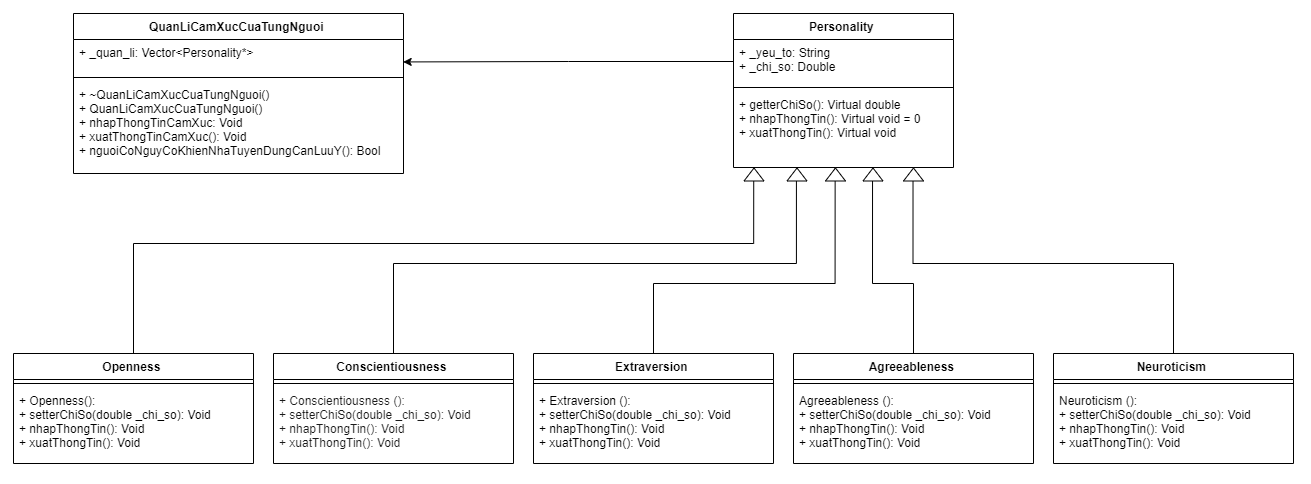
hdh2k2/OOP keeps this draw.io diagram as EXAM/18-19/diagram class.png. Above is the earlier version. Source tidied: cells renumbered, new cells last; positions are measured from the earlier drawing's top-left corner, leaving out a move shared by most shapes.
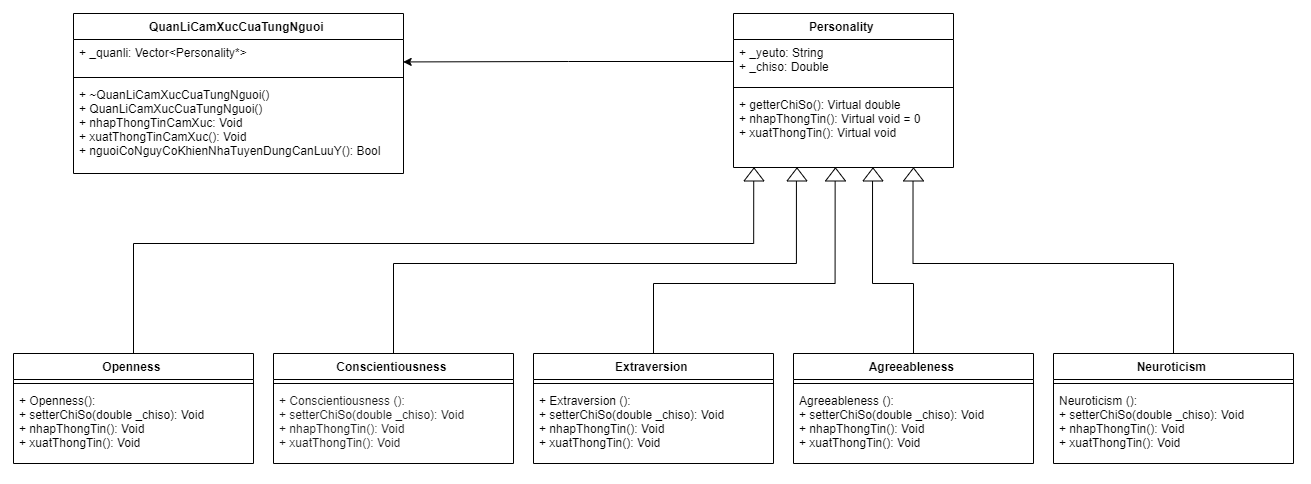
Above is the later version.

Change to the diagram source:
```diff
@@ -5,7 +5,7 @@
     <mxCell id="2" value="Personality " style="swimlane;fontStyle=1;align=center;verticalAlign=top;horizontal=1;startSize=26;" parent="1" vertex="1">
       <mxGeometry x="720" width="220" height="154" as="geometry" />
     </mxCell>
-    <mxCell id="3" value="+ _yeu_to: String&#10;+ _chi_so: Double" style="text;strokeColor=none;fillColor=none;align=left;verticalAlign=top;spacingLeft=4;spacingRight=4;overflow=hidden;points=[[0,0.5],[1,0.5]];portConstraint=eastwest;" parent="2" vertex="1">
+    <mxCell id="3" value="+ _yeuto: String&#10;+ _chiso: Double" style="text;strokeColor=none;fillColor=none;align=left;verticalAlign=top;spacingLeft=4;spacingRight=4;overflow=hidden;points=[[0,0.5],[1,0.5]];portConstraint=eastwest;" parent="2" vertex="1">
       <mxGeometry y="26" width="220" height="44" as="geometry" />
     </mxCell>
     <mxCell id="4" style="line;strokeWidth=1;fillColor=none;align=left;verticalAlign=middle;spacingTop=-1;spacingLeft=3;spacingRight=3;labelPosition=right;" parent="2" vertex="1">
@@ -28,13 +28,13 @@
     <mxCell id="8" style="line;strokeWidth=1;fillColor=none;align=left;verticalAlign=middle;spacingTop=-1;spacingLeft=3;spacingRight=3;labelPosition=right;" parent="7" vertex="1">
       <mxGeometry y="26" width="240" height="8" as="geometry" />
     </mxCell>
-    <mxCell id="9" value="+ Openness():&#10;+ setterChiSo(double _chi_so): Void&#10;+ nhapThongTin(): Void&#10;+ xuatThongTin(): Void&#10;" style="text;strokeColor=none;fillColor=none;align=left;verticalAlign=top;spacingLeft=4;spacingRight=4;overflow=hidden;" parent="7" vertex="1">
+    <mxCell id="9" value="+ Openness():&#10;+ setterChiSo(double _chiso): Void&#10;+ nhapThongTin(): Void&#10;+ xuatThongTin(): Void&#10;" style="text;strokeColor=none;fillColor=none;align=left;verticalAlign=top;spacingLeft=4;spacingRight=4;overflow=hidden;" parent="7" vertex="1">
       <mxGeometry y="34" width="240" height="76" as="geometry" />
     </mxCell>
     <mxCell id="10" value="QuanLiCamXucCuaTungNguoi " style="swimlane;fontStyle=1;align=center;verticalAlign=top;horizontal=1;startSize=26;" parent="1" vertex="1">
       <mxGeometry x="60" width="330" height="160" as="geometry" />
     </mxCell>
-    <mxCell id="11" value="+ _quan_li: Vector&lt;Personality*&gt;" style="text;strokeColor=none;fillColor=none;align=left;verticalAlign=top;spacingLeft=4;spacingRight=4;overflow=hidden;points=[[0,0.5],[1,0.5]];portConstraint=eastwest;" parent="10" vertex="1">
+    <mxCell id="11" value="+ _quanli: Vector&lt;Personality*&gt;" style="text;strokeColor=none;fillColor=none;align=left;verticalAlign=top;spacingLeft=4;spacingRight=4;overflow=hidden;points=[[0,0.5],[1,0.5]];portConstraint=eastwest;" parent="10" vertex="1">
       <mxGeometry y="26" width="330" height="34" as="geometry" />
     </mxCell>
     <mxCell id="12" style="line;strokeWidth=1;fillColor=none;align=left;verticalAlign=middle;spacingTop=-1;spacingLeft=3;spacingRight=3;labelPosition=right;" parent="10" vertex="1">
@@ -57,7 +57,7 @@
     <mxCell id="16" style="line;strokeWidth=1;fillColor=none;align=left;verticalAlign=middle;spacingTop=-1;spacingLeft=3;spacingRight=3;labelPosition=right;" parent="15" vertex="1">
       <mxGeometry y="26" width="240" height="8" as="geometry" />
     </mxCell>
-    <mxCell id="17" value="+ Extraversion ():&#10;+ setterChiSo(double _chi_so): Void&#10;+ nhapThongTin(): Void&#10;+ xuatThongTin(): Void&#10;" style="text;strokeColor=none;fillColor=none;align=left;verticalAlign=top;spacingLeft=4;spacingRight=4;overflow=hidden;" parent="15" vertex="1">
+    <mxCell id="17" value="+ Extraversion ():&#10;+ setterChiSo(double _chiso): Void&#10;+ nhapThongTin(): Void&#10;+ xuatThongTin(): Void&#10;" style="text;strokeColor=none;fillColor=none;align=left;verticalAlign=top;spacingLeft=4;spacingRight=4;overflow=hidden;" parent="15" vertex="1">
       <mxGeometry y="34" width="240" height="76" as="geometry" />
     </mxCell>
     <mxCell id="18" style="edgeStyle=orthogonalEdgeStyle;rounded=0;jettySize=auto;html=1;exitX=0.5;exitY=0;exitDx=0;exitDy=0;entryX=0.286;entryY=1.035;entryDx=0;entryDy=0;entryPerimeter=0;fontSize=11;" parent="1" edge="1" source="19" target="5">
@@ -74,7 +74,7 @@
     <mxCell id="20" style="line;strokeWidth=1;fillColor=none;align=left;verticalAlign=middle;spacingTop=-1;spacingLeft=3;spacingRight=3;labelPosition=right;" parent="19" vertex="1">
       <mxGeometry y="26" width="240" height="8" as="geometry" />
     </mxCell>
-    <mxCell id="21" value="+ Conscientiousness ():&#10;+ setterChiSo(double _chi_so): Void&#10;+ nhapThongTin(): Void&#10;+ xuatThongTin(): Void&#10;" style="text;strokeColor=none;fillColor=none;align=left;verticalAlign=top;spacingLeft=4;spacingRight=4;overflow=hidden;textOpacity=90;" parent="19" vertex="1">
+    <mxCell id="21" value="+ Conscientiousness ():&#10;+ setterChiSo(double _chiso): Void&#10;+ nhapThongTin(): Void&#10;+ xuatThongTin(): Void&#10;" style="text;strokeColor=none;fillColor=none;align=left;verticalAlign=top;spacingLeft=4;spacingRight=4;overflow=hidden;textOpacity=90;" parent="19" vertex="1">
       <mxGeometry y="34" width="240" height="76" as="geometry" />
     </mxCell>
     <mxCell id="22" style="edgeStyle=orthogonalEdgeStyle;rounded=0;jettySize=auto;html=1;entryX=0.816;entryY=1.01;entryDx=0;entryDy=0;entryPerimeter=0;fontSize=11;" parent="1" edge="1" source="23" target="5">
@@ -91,7 +91,7 @@
     <mxCell id="24" style="line;strokeWidth=1;fillColor=none;align=left;verticalAlign=middle;spacingTop=-1;spacingLeft=3;spacingRight=3;labelPosition=right;" parent="23" vertex="1">
       <mxGeometry y="26" width="240" height="8" as="geometry" />
     </mxCell>
-    <mxCell id="25" value="Neuroticism ():&#10;+ setterChiSo(double _chi_so): Void&#10;+ nhapThongTin(): Void&#10;+ xuatThongTin(): Void&#10;" style="text;strokeColor=none;fillColor=none;align=left;verticalAlign=top;spacingLeft=4;spacingRight=4;overflow=hidden;" parent="23" vertex="1">
+    <mxCell id="25" value="Neuroticism ():&#10;+ setterChiSo(double _chiso): Void&#10;+ nhapThongTin(): Void&#10;+ xuatThongTin(): Void&#10;" style="text;strokeColor=none;fillColor=none;align=left;verticalAlign=top;spacingLeft=4;spacingRight=4;overflow=hidden;" parent="23" vertex="1">
       <mxGeometry y="34" width="240" height="76" as="geometry" />
     </mxCell>
     <mxCell id="26" style="edgeStyle=orthogonalEdgeStyle;rounded=0;jettySize=auto;html=1;exitX=0.5;exitY=0;exitDx=0;exitDy=0;entryX=0.632;entryY=1.025;entryDx=0;entryDy=0;entryPerimeter=0;fontSize=11;" parent="1" edge="1" source="27" target="5">
@@ -108,7 +108,7 @@
     <mxCell id="28" style="line;strokeWidth=1;fillColor=none;align=left;verticalAlign=middle;spacingTop=-1;spacingLeft=3;spacingRight=3;labelPosition=right;" parent="27" vertex="1">
       <mxGeometry y="26" width="240" height="8" as="geometry" />
     </mxCell>
-    <mxCell id="29" value="Agreeableness ():&#10;+ setterChiSo(double _chi_so): Void&#10;+ nhapThongTin(): Void&#10;+ xuatThongTin(): Void&#10;" style="text;strokeColor=none;fillColor=none;align=left;verticalAlign=top;spacingLeft=4;spacingRight=4;overflow=hidden;" parent="27" vertex="1">
+    <mxCell id="29" value="Agreeableness ():&#10;+ setterChiSo(double _chiso): Void&#10;+ nhapThongTin(): Void&#10;+ xuatThongTin(): Void&#10;" style="text;strokeColor=none;fillColor=none;align=left;verticalAlign=top;spacingLeft=4;spacingRight=4;overflow=hidden;" parent="27" vertex="1">
       <mxGeometry y="34" width="240" height="76" as="geometry" />
     </mxCell>
     <mxCell id="30" style="triangle;whiteSpace=wrap;html=1;fontSize=11;rotation=-90;" parent="1" vertex="1">
```
